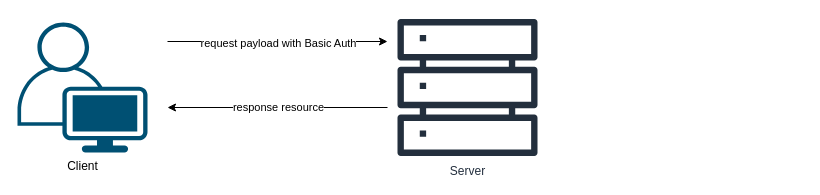
Earlier version of the draw.io diagram restaurant-design.drawio (slikkerno66/springboot-restaurant). Source tidied: cells renumbered, new cells numbered last; positions are measured from the earlier drawing's top-left corner, leaving out a move shared by most shapes. Both pictures are drawn from the tidied source at 100%, with x=0, y=0 at pixel (17, 17).
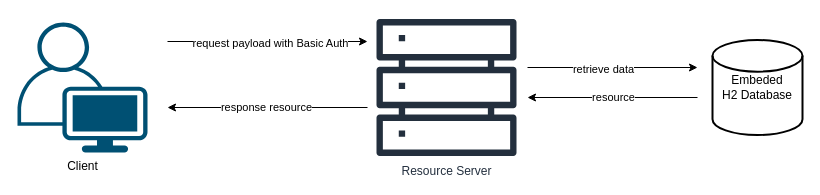
The same diagram, later.

Change to the diagram source:
```diff
@@
 <mxGraphModel>
   <root>
     <mxCell id="0" />
     <mxCell id="1" parent="0" />
     <mxCell id="2" value="Client" style="verticalLabelPosition=bottom;sketch=0;html=1;verticalAlign=top;align=center;shape=mxgraph.cisco19.user;fillColor=#005073;strokeColor=none;" parent="1" vertex="1">
       <mxGeometry y="5" width="130" height="130" as="geometry" />
     </mxCell>
-    <mxCell id="3" value="Server" style="sketch=0;fontColor=#232F3E;gradientColor=none;fillColor=#232F3D;strokeColor=none;dashed=0;verticalLabelPosition=bottom;verticalAlign=top;align=center;html=1;fontSize=12;fontStyle=0;shape=mxgraph.aws4.servers;" parent="1" vertex="1">
-      <mxGeometry x="380" width="140" height="140" as="geometry" />
-    </mxCell>
-    <mxCell id="4" style="endArrow=classic;html=1;rounded=0;" parent="1" edge="1">
-      <mxGeometry relative="1" as="geometry">
-        <mxPoint x="150" y="24" as="sourcePoint" />
-        <mxPoint x="370" y="24" as="targetPoint" />
-      </mxGeometry>
-    </mxCell>
+    <mxCell id="8" value="Resource Server" style="sketch=0;fontColor=#232F3E;gradientColor=none;fillColor=#232F3D;strokeColor=none;dashed=0;verticalLabelPosition=bottom;verticalAlign=top;align=center;html=1;fontSize=12;fontStyle=0;shape=mxgraph.aws4.servers;" parent="1" vertex="1">
+      <mxGeometry x="359" width="140" height="140" as="geometry" />
+    </mxCell>
+    <mxCell id="9" style="endArrow=classic;html=1;rounded=0;" parent="1" edge="1">
+      <mxGeometry relative="1" as="geometry">
+        <mxPoint x="150" y="24" as="sourcePoint" />
+        <mxPoint x="350" y="24" as="targetPoint" />
+      </mxGeometry>
+    </mxCell>
-    <mxCell id="5" value="request payload with Basic Auth" style="edgeLabel;html=1;align=center;verticalAlign=middle;" parent="4" vertex="1">
+    <mxCell id="5" value="request payload with Basic Auth" style="edgeLabel;html=1;align=center;verticalAlign=middle;" parent="9" vertex="1">
       <mxGeometry x="-0.18" y="-1" relative="1" as="geometry">
         <mxPoint x="20" as="offset" />
       </mxGeometry>
     </mxCell>
-    <mxCell id="6" style="endArrow=classic;html=1;rounded=0;" parent="1" edge="1">
-      <mxGeometry relative="1" as="geometry">
-        <mxPoint x="370" y="90" as="sourcePoint" />
-        <mxPoint x="150" y="90" as="targetPoint" />
-      </mxGeometry>
-    </mxCell>
+    <mxCell id="10" style="endArrow=classic;html=1;rounded=0;" parent="1" edge="1">
+      <mxGeometry relative="1" as="geometry">
+        <mxPoint x="350" y="90" as="sourcePoint" />
+        <mxPoint x="150" y="90" as="targetPoint" />
+      </mxGeometry>
+    </mxCell>
-    <mxCell id="7" value="response resource" style="edgeLabel;html=1;align=center;verticalAlign=middle;" parent="6" vertex="1">
+    <mxCell id="7" value="response resource" style="edgeLabel;html=1;align=center;verticalAlign=middle;" parent="10" vertex="1">
       <mxGeometry x="-0.18" y="-1" relative="1" as="geometry">
         <mxPoint x="-20" as="offset" />
       </mxGeometry>
     </mxCell>
+    <mxCell id="11" value="Embeded&lt;div&gt;H2 Database&lt;/div&gt;" style="strokeWidth=2;html=1;shape=mxgraph.flowchart.database;whiteSpace=wrap;" parent="1" vertex="1">
+      <mxGeometry x="695" y="22.5" width="90" height="95" as="geometry" />
+    </mxCell>
+    <mxCell id="12" style="endArrow=classic;html=1;rounded=0;" parent="1" edge="1">
+      <mxGeometry relative="1" as="geometry">
+        <mxPoint x="510" y="50" as="sourcePoint" />
+        <mxPoint x="680" y="50" as="targetPoint" />
+      </mxGeometry>
+    </mxCell>
+    <mxCell id="13" value="retrieve data" style="edgeLabel;html=1;align=center;verticalAlign=middle;" parent="12" vertex="1">
+      <mxGeometry x="-0.18" y="-1" relative="1" as="geometry">
+        <mxPoint x="5" as="offset" />
+      </mxGeometry>
+    </mxCell>
+    <mxCell id="14" style="endArrow=classic;html=1;rounded=0;" parent="1" edge="1">
+      <mxGeometry relative="1" as="geometry">
+        <mxPoint x="680" y="80" as="sourcePoint" />
+        <mxPoint x="510" y="80" as="targetPoint" />
+      </mxGeometry>
+    </mxCell>
+    <mxCell id="15" value="resource" style="edgeLabel;html=1;align=center;verticalAlign=middle;" parent="14" vertex="1">
+      <mxGeometry x="-0.18" y="-1" relative="1" as="geometry">
+        <mxPoint x="-15" as="offset" />
+      </mxGeometry>
+    </mxCell>
   </root>
 </mxGraphModel>
```
